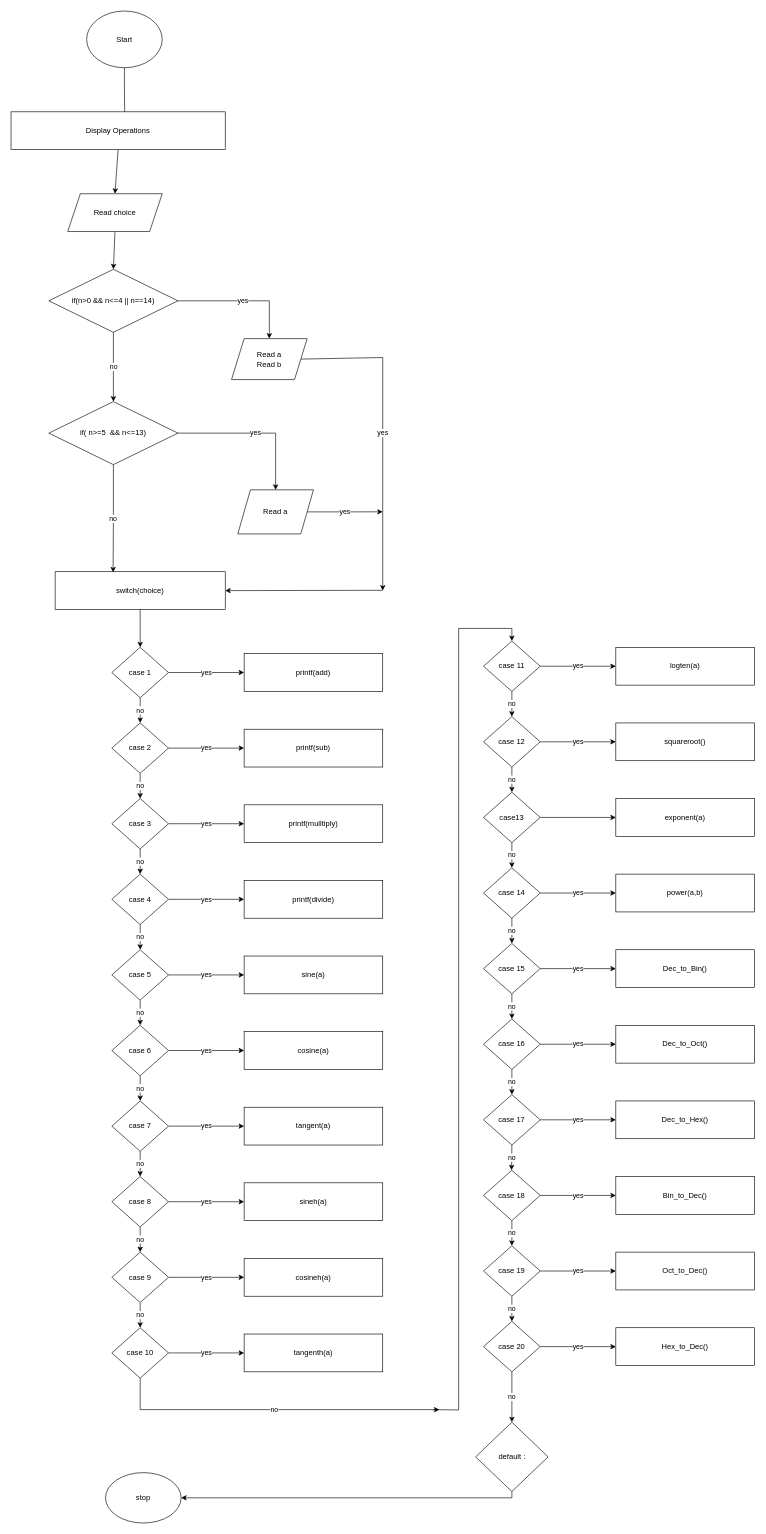
Before: Untitled Diagram.drawio in kvarun13/M1_March_2022, a draw.io diagram. Source tidied: cells renumbered, new cells numbered last; positions are measured from the earlier drawing's top-left corner, leaving out a move shared by most shapes. Both pictures are drawn from the tidied source at 63%, with x=0, y=0 at pixel (11, 11).
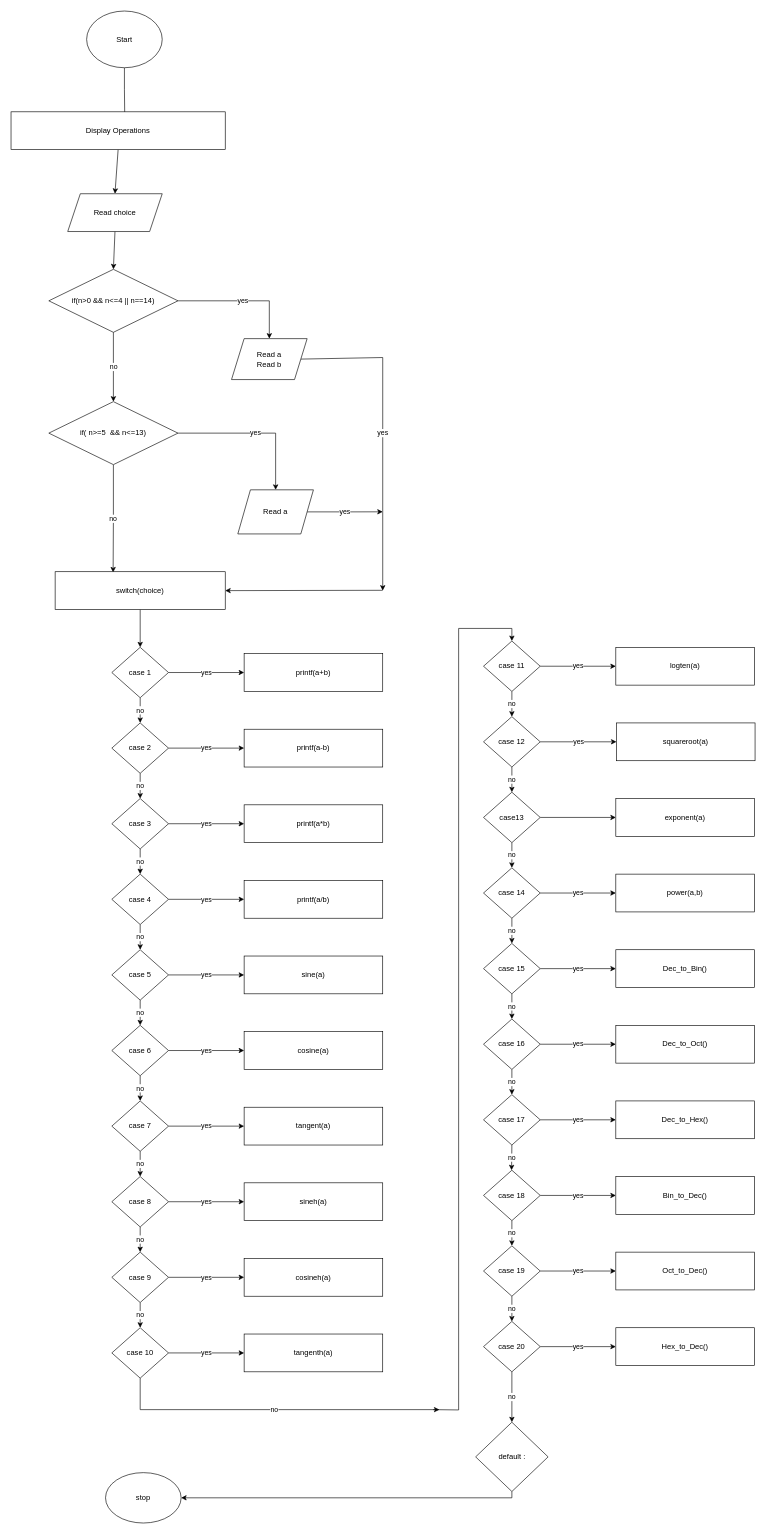
The same page after the edit.

Change to the diagram source:
```diff
@@
-    <mxCell id="51" value="printf(add)" style="rounded=0;whiteSpace=wrap;html=1;" parent="1" vertex="1">
+    <mxCell id="51" value="printf(a+b)" style="rounded=0;whiteSpace=wrap;html=1;" parent="1" vertex="1">
       <mxGeometry x="370" y="1020" width="220" height="60" as="geometry" />
     </mxCell>
-    <mxCell id="52" value="printf(sub)" style="rounded=0;whiteSpace=wrap;html=1;" parent="1" vertex="1">
+    <mxCell id="52" value="printf(a-b)" style="rounded=0;whiteSpace=wrap;html=1;" parent="1" vertex="1">
       <mxGeometry x="370" y="1140" width="220" height="60" as="geometry" />
     </mxCell>
-    <mxCell id="53" value="printf(mulltiply)" style="rounded=0;whiteSpace=wrap;html=1;" parent="1" vertex="1">
+    <mxCell id="53" value="printf(a*b)" style="rounded=0;whiteSpace=wrap;html=1;" parent="1" vertex="1">
       <mxGeometry x="370" y="1260" width="220" height="60" as="geometry" />
     </mxCell>
-    <mxCell id="54" value="printf(divide)" style="rounded=0;whiteSpace=wrap;html=1;" parent="1" vertex="1">
+    <mxCell id="54" value="printf(a/b)" style="rounded=0;whiteSpace=wrap;html=1;" parent="1" vertex="1">
       <mxGeometry x="370" y="1380" width="220" height="60" as="geometry" />
     </mxCell>
@@
-    <mxCell id="93" value="squareroot()" style="rounded=0;whiteSpace=wrap;html=1;" parent="1" vertex="1">
-      <mxGeometry x="960" y="1130" width="220" height="60" as="geometry" />
+    <mxCell id="93" value="squareroot(a)" style="rounded=0;whiteSpace=wrap;html=1;" parent="1" vertex="1">
+      <mxGeometry x="961" y="1130" width="220" height="60" as="geometry" />
     </mxCell>
```
